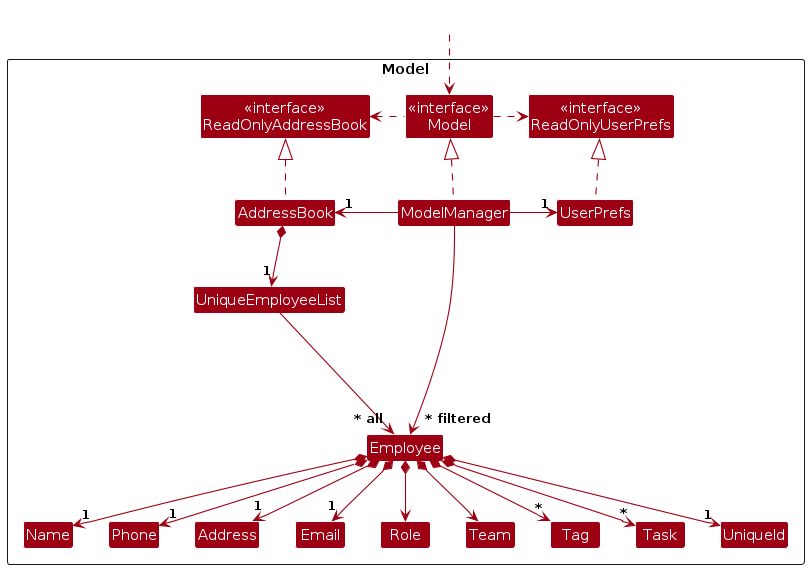
Earlier version of the PlantUML export diagrams/ModelClassDiagram.png (PyromancerBoom/tp). Its source is kept beside it as diagrams/ModelClassDiagram.puml.
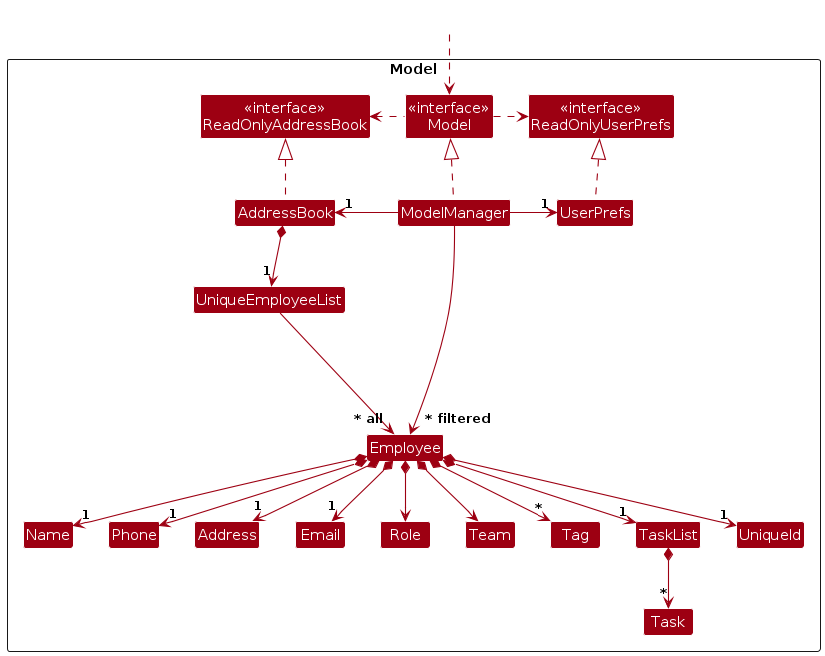
The same diagram one commit later.

Diff of the diagram source:
```diff
@@ -21,6 +21,7 @@
 Class Role
 Class Team
 Class Tag
+Class TaskList
 Class Task
 Class UniqueId
 
@@ -48,8 +49,9 @@
 Employee *--> Role
 Employee *--> Team
 Employee *--> "*" Tag
-Employee *--> "*" Task
+Employee *--> "1" TaskList
 Employee *--> "1" UniqueId
+TaskList *--> "*" Task
 
 Employee -[hidden]up--> I
 UniqueEmployeeList -[hidden]right-> I
```
